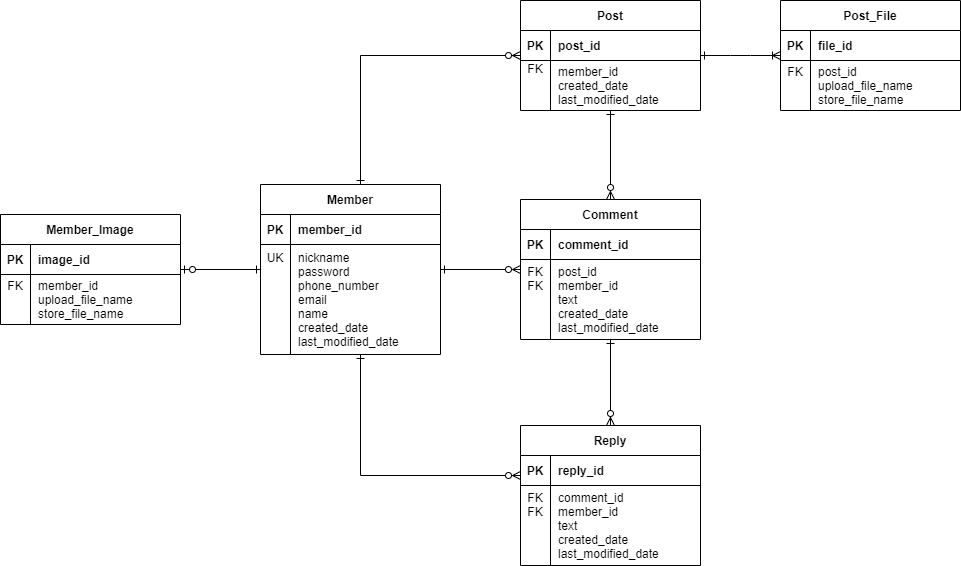
This is Sprint1 Table.drawio.png from JunYoung-C/Instagram, a draw.io export, as it was before one commit. Source tidied: cells renumbered, new cells last; positions are measured from the earlier drawing's top-left corner, leaving out a move shared by most shapes.
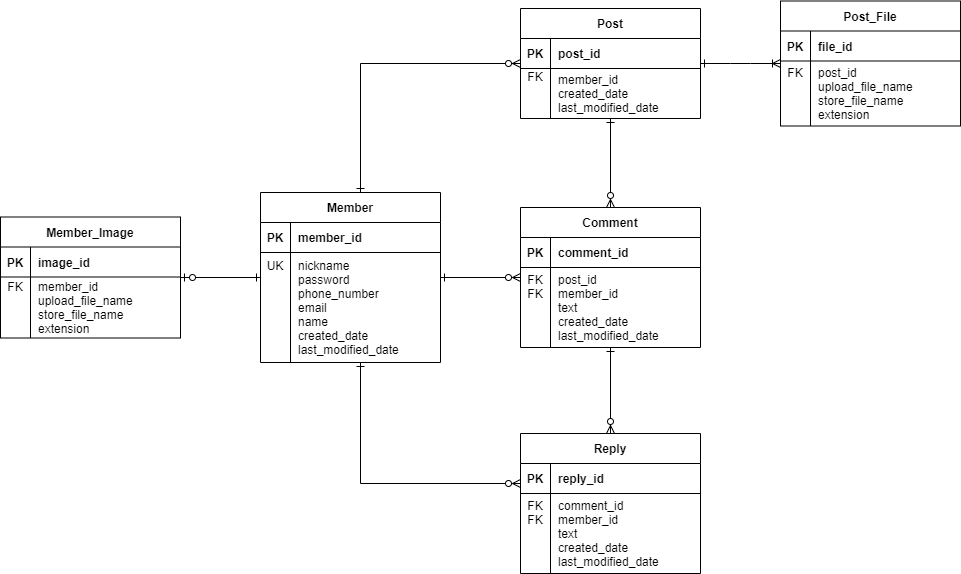
Above is the later version.

Commit message:
docs: 파일 테이블에 확장자 필드 추가

Change to the diagram source:
```diff
@@ -110,7 +110,7 @@
       </mxGeometry>
     </mxCell>
     <mxCell id="35" value="Post_File" style="shape=table;startSize=30;rowLines=0;fontStyle=1;align=center;" parent="1" vertex="1">
-      <mxGeometry x="780" width="180" height="110" as="geometry" />
+      <mxGeometry x="780" y="-7.5" width="180" height="125" as="geometry" />
     </mxCell>
     <mxCell id="36" style="shape=tableRow;horizontal=0;startSize=0;swimlaneHead=0;swimlaneBody=0;fillColor=none;top=0;left=0;right=0;bottom=1;" parent="35" vertex="1">
       <mxGeometry y="30" width="180" height="30" as="geometry" />
@@ -122,16 +122,16 @@
       <mxGeometry x="30" width="150" height="30" as="geometry" />
     </mxCell>
     <mxCell id="39" style="shape=tableRow;horizontal=0;startSize=0;swimlaneHead=0;swimlaneBody=0;fillColor=none;top=0;left=0;right=0;bottom=0;" parent="35" vertex="1">
-      <mxGeometry y="60" width="180" height="50" as="geometry" />
+      <mxGeometry y="60" width="180" height="65" as="geometry" />
     </mxCell>
-    <mxCell id="40" value="FK&#10;&#10;" style="shape=partialRectangle;fillColor=none;top=0;left=0;bottom=0;right=0;overflow=hidden;" parent="39" vertex="1">
-      <mxGeometry width="30" height="50" as="geometry" />
+    <mxCell id="40" value="FK&#10;&#10;&#10;" style="shape=partialRectangle;fillColor=none;top=0;left=0;bottom=0;right=0;overflow=hidden;" parent="39" vertex="1">
+      <mxGeometry width="30" height="65" as="geometry" />
     </mxCell>
-    <mxCell id="41" value="post_id&#10;upload_file_name&#10;store_file_name" style="shape=partialRectangle;fillColor=none;top=0;left=0;bottom=0;right=0;align=left;spacingLeft=6;overflow=hidden;" parent="39" vertex="1">
-      <mxGeometry x="30" width="150" height="50" as="geometry" />
+    <mxCell id="41" value="post_id&#10;upload_file_name&#10;store_file_name&#10;extension" style="shape=partialRectangle;fillColor=none;top=0;left=0;bottom=0;right=0;align=left;spacingLeft=6;overflow=hidden;" parent="39" vertex="1">
+      <mxGeometry x="30" width="150" height="65" as="geometry" />
     </mxCell>
     <mxCell id="42" value="Member_Image" style="shape=table;startSize=30;rowLines=0;fontStyle=1;align=center;" parent="1" vertex="1">
-      <mxGeometry y="214" width="180" height="110" as="geometry" />
+      <mxGeometry y="208.5" width="180" height="121" as="geometry" />
     </mxCell>
     <mxCell id="43" style="shape=tableRow;horizontal=0;startSize=0;swimlaneHead=0;swimlaneBody=0;fillColor=none;top=0;left=0;right=0;bottom=1;" parent="42" vertex="1">
       <mxGeometry y="30" width="180" height="30" as="geometry" />
@@ -143,13 +143,13 @@
       <mxGeometry x="30" width="150" height="30" as="geometry" />
     </mxCell>
     <mxCell id="46" style="shape=tableRow;horizontal=0;startSize=0;swimlaneHead=0;swimlaneBody=0;fillColor=none;top=0;left=0;right=0;bottom=0;" parent="42" vertex="1">
-      <mxGeometry y="60" width="180" height="50" as="geometry" />
+      <mxGeometry y="60" width="180" height="61" as="geometry" />
     </mxCell>
-    <mxCell id="47" value="FK&#10;&#10;" style="shape=partialRectangle;fillColor=none;top=0;left=0;bottom=0;right=0;overflow=hidden;" parent="46" vertex="1">
-      <mxGeometry width="30" height="50" as="geometry" />
+    <mxCell id="47" value="FK&#10;&#10;&#10;" style="shape=partialRectangle;fillColor=none;top=0;left=0;bottom=0;right=0;overflow=hidden;" parent="46" vertex="1">
+      <mxGeometry width="30" height="61" as="geometry" />
     </mxCell>
-    <mxCell id="48" value="member_id&#10;upload_file_name&#10;store_file_name" style="shape=partialRectangle;fillColor=none;top=0;left=0;bottom=0;right=0;align=left;spacingLeft=6;overflow=hidden;" parent="46" vertex="1">
-      <mxGeometry x="30" width="150" height="50" as="geometry" />
+    <mxCell id="48" value="member_id&#10;upload_file_name&#10;store_file_name&#10;extension" style="shape=partialRectangle;fillColor=none;top=0;left=0;bottom=0;right=0;align=left;spacingLeft=6;overflow=hidden;" parent="46" vertex="1">
+      <mxGeometry x="30" width="150" height="61" as="geometry" />
     </mxCell>
     <mxCell id="49" style="endArrow=ERone;html=1;rounded=0;startArrow=ERzeroToOne;startFill=0;endFill=0;" parent="1" edge="1" source="42" target="2">
       <mxGeometry relative="1" as="geometry" />
```
